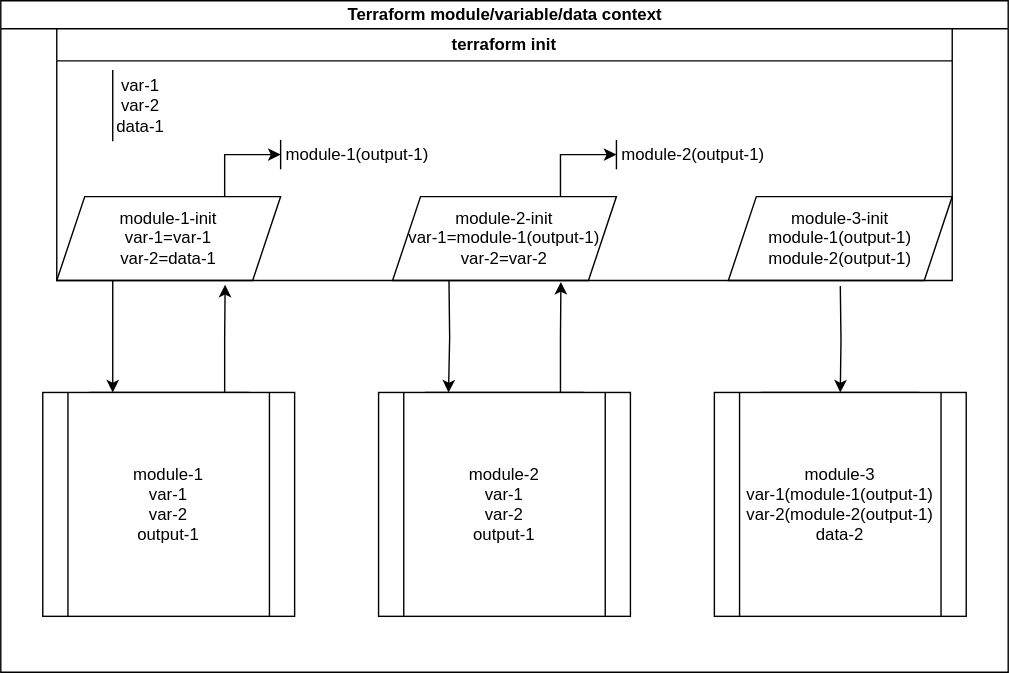
Above: terraform-variable-context.svg in alismx/diagrams (draw.io), before the change. Source tidied: cells renumbered, new cells last; positions are measured from the earlier drawing's top-left corner, leaving out a move shared by most shapes.
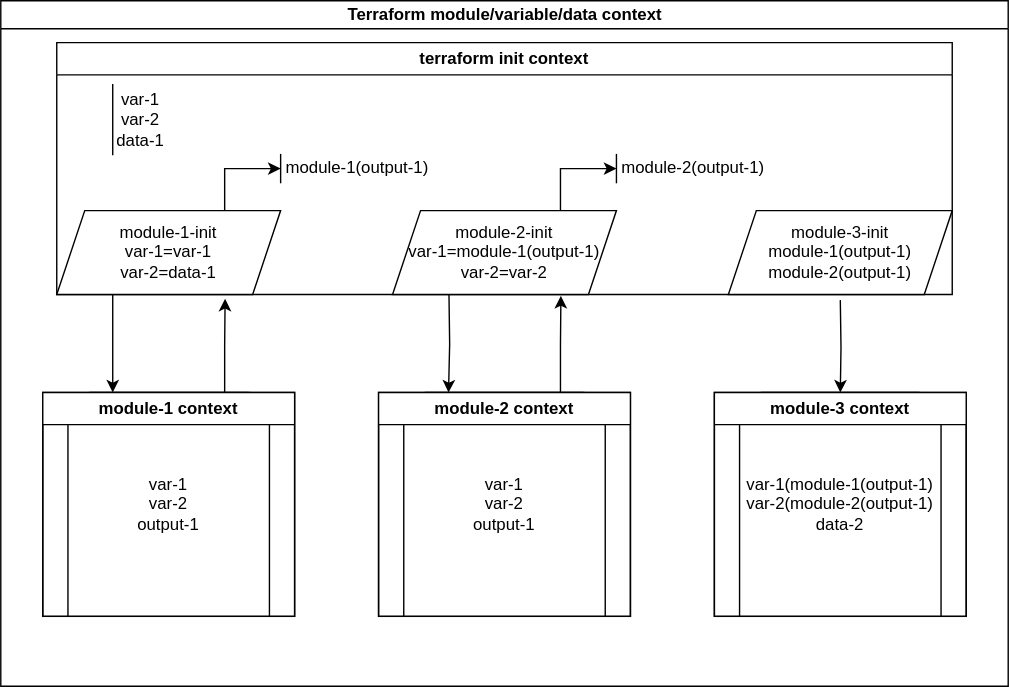
Later version of the same file.

Diff of the diagram source:
```diff
@@ -3,7 +3,7 @@
     <mxCell id="0" />
     <mxCell id="1" parent="0" />
     <mxCell id="2" value="&lt;div&gt;Terraform module/variable/data context&lt;/div&gt;" style="swimlane;html=1;startSize=20;horizontal=1;containerType=tree;glass=0;" parent="1" vertex="1">
-      <mxGeometry width="720" height="480" as="geometry" />
+      <mxGeometry width="720" height="490" as="geometry" />
     </mxCell>
     <mxCell id="3" style="edgeStyle=orthogonalEdgeStyle;rounded=0;orthogonalLoop=1;jettySize=auto;html=1;exitX=0.25;exitY=0;exitDx=0;exitDy=0;entryX=0.25;entryY=0;entryDx=0;entryDy=0;" parent="2" edge="1" source="5" target="5">
       <mxGeometry relative="1" as="geometry" />
@@ -17,32 +17,17 @@
     <mxCell id="6" style="rounded=1;whiteSpace=wrap;html=1;" parent="2" vertex="1">
       <mxGeometry x="520" y="280" width="160" height="160" as="geometry" />
     </mxCell>
-    <mxCell id="7" style="edgeStyle=orthogonalEdgeStyle;rounded=0;jettySize=auto;html=1;exitX=0.75;exitY=0;exitDx=0;exitDy=0;entryX=0;entryY=0.5;entryDx=0;entryDy=0;" parent="2" edge="1" source="8" target="18">
-      <mxGeometry relative="1" as="geometry" />
-    </mxCell>
-    <mxCell id="8" value="&lt;div&gt;module-1-init&lt;/div&gt;&lt;div&gt;var-1=var-1&lt;/div&gt;&lt;div&gt;var-2=data-1&lt;br&gt;&lt;/div&gt;" style="shape=parallelogram;perimeter=parallelogramPerimeter;whiteSpace=wrap;html=1;fixedSize=1;" parent="2" vertex="1">
-      <mxGeometry x="40" y="140" width="160" height="60" as="geometry" />
-    </mxCell>
-    <mxCell id="9" style="edgeStyle=orthogonalEdgeStyle;rounded=0;jettySize=auto;html=1;exitX=0.75;exitY=0;exitDx=0;exitDy=0;entryX=0;entryY=0.5;entryDx=0;entryDy=0;" parent="2" edge="1" source="10" target="16">
-      <mxGeometry relative="1" as="geometry" />
-    </mxCell>
-    <mxCell id="10" value="&lt;div&gt;module-2-init&lt;/div&gt;&lt;div&gt;var-1=module-1(output-1)&lt;/div&gt;&lt;div&gt;var-2=var-2&lt;/div&gt;" style="shape=parallelogram;perimeter=parallelogramPerimeter;whiteSpace=wrap;html=1;fixedSize=1;" parent="2" vertex="1">
-      <mxGeometry x="280" y="140" width="160" height="60" as="geometry" />
-    </mxCell>
-    <mxCell id="11" value="&lt;div&gt;&lt;div&gt;module-1&lt;/div&gt;&lt;div&gt;var-1&lt;/div&gt;&lt;/div&gt;&lt;div&gt;var-2&lt;/div&gt;&lt;div&gt;output-1&lt;/div&gt;" style="shape=process;whiteSpace=wrap;html=1;backgroundOutline=1;" parent="2" vertex="1">
+    <mxCell id="11" value="&lt;div&gt;var-1&lt;/div&gt;&lt;div&gt;var-2&lt;/div&gt;&lt;div&gt;output-1&lt;/div&gt;" style="shape=process;whiteSpace=wrap;html=1;backgroundOutline=1;" parent="2" vertex="1">
       <mxGeometry x="30" y="280" width="180" height="160" as="geometry" />
     </mxCell>
-    <mxCell id="12" value="&lt;div&gt;module-2&lt;/div&gt;&lt;div&gt;var-1&lt;/div&gt;&lt;div&gt;var-2&lt;/div&gt;&lt;div&gt;output-1&lt;/div&gt;" style="shape=process;whiteSpace=wrap;html=1;backgroundOutline=1;" parent="2" vertex="1">
+    <mxCell id="12" value="var-1&lt;div&gt;var-2&lt;/div&gt;&lt;div&gt;output-1&lt;/div&gt;" style="shape=process;whiteSpace=wrap;html=1;backgroundOutline=1;" parent="2" vertex="1">
       <mxGeometry x="270" y="280" width="180" height="160" as="geometry" />
     </mxCell>
-    <mxCell id="13" value="&lt;div&gt;module-3&lt;/div&gt;&lt;div&gt;var-1(module-1(output-1)&lt;/div&gt;&lt;div&gt;var-2(module-2(output-1)&lt;br&gt;&lt;/div&gt;&lt;div&gt;data-2&lt;br&gt;&lt;/div&gt;" style="shape=process;whiteSpace=wrap;html=1;backgroundOutline=1;" parent="2" vertex="1">
+    <mxCell id="13" value="&lt;div&gt;var-1(module-1(output-1)&lt;/div&gt;&lt;div&gt;var-2(module-2(output-1)&lt;br&gt;&lt;/div&gt;&lt;div&gt;data-2&lt;br&gt;&lt;/div&gt;" style="shape=process;whiteSpace=wrap;html=1;backgroundOutline=1;" parent="2" vertex="1">
       <mxGeometry x="510" y="280" width="180" height="160" as="geometry" />
     </mxCell>
-    <mxCell id="14" value="&lt;div&gt;module-3-init&lt;/div&gt;&lt;div&gt;module-1(output-1)&lt;/div&gt;&lt;div&gt;module-2(output-1)&lt;/div&gt;" style="shape=parallelogram;perimeter=parallelogramPerimeter;whiteSpace=wrap;html=1;fixedSize=1;" parent="2" vertex="1">
-      <mxGeometry x="520" y="140" width="160" height="60" as="geometry" />
-    </mxCell>
-    <mxCell id="15" value="terraform init" style="swimlane;whiteSpace=wrap;html=1;" parent="2" vertex="1">
-      <mxGeometry x="40" y="20" width="640" height="180" as="geometry" />
+    <mxCell id="15" value="terraform init context" style="swimlane;whiteSpace=wrap;html=1;" parent="2" vertex="1">
+      <mxGeometry x="40" y="30" width="640" height="180" as="geometry" />
     </mxCell>
     <mxCell id="16" value="&lt;div&gt;module-2(output-1)&lt;/div&gt;" style="shape=partialRectangle;whiteSpace=wrap;html=1;right=0;top=0;bottom=0;fillColor=none;routingCenterX=-0.5;" parent="15" vertex="1">
       <mxGeometry x="400" y="80" width="110" height="20" as="geometry" />
@@ -53,33 +38,57 @@
     <mxCell id="18" value="module-1(output-1)" style="shape=partialRectangle;whiteSpace=wrap;html=1;right=0;top=0;bottom=0;fillColor=none;routingCenterX=-0.5;" parent="15" vertex="1">
       <mxGeometry x="160" y="80" width="110" height="20" as="geometry" />
     </mxCell>
+    <mxCell id="8" value="&lt;div&gt;module-1-init&lt;/div&gt;&lt;div&gt;var-1=var-1&lt;/div&gt;&lt;div&gt;var-2=data-1&lt;br&gt;&lt;/div&gt;" style="shape=parallelogram;perimeter=parallelogramPerimeter;whiteSpace=wrap;html=1;fixedSize=1;" parent="15" vertex="1">
+      <mxGeometry y="120" width="160" height="60" as="geometry" />
+    </mxCell>
+    <mxCell id="7" style="edgeStyle=orthogonalEdgeStyle;rounded=0;jettySize=auto;html=1;exitX=0.75;exitY=0;exitDx=0;exitDy=0;entryX=0;entryY=0.5;entryDx=0;entryDy=0;" parent="15" edge="1" source="8" target="18">
+      <mxGeometry relative="1" as="geometry" />
+    </mxCell>
+    <mxCell id="10" value="&lt;div&gt;module-2-init&lt;/div&gt;&lt;div&gt;var-1=module-1(output-1)&lt;/div&gt;&lt;div&gt;var-2=var-2&lt;/div&gt;" style="shape=parallelogram;perimeter=parallelogramPerimeter;whiteSpace=wrap;html=1;fixedSize=1;" parent="15" vertex="1">
+      <mxGeometry x="240" y="120" width="160" height="60" as="geometry" />
+    </mxCell>
+    <mxCell id="9" style="edgeStyle=orthogonalEdgeStyle;rounded=0;jettySize=auto;html=1;exitX=0.75;exitY=0;exitDx=0;exitDy=0;entryX=0;entryY=0.5;entryDx=0;entryDy=0;" parent="15" edge="1" source="10" target="16">
+      <mxGeometry relative="1" as="geometry" />
+    </mxCell>
+    <mxCell id="14" value="&lt;div&gt;module-3-init&lt;/div&gt;&lt;div&gt;module-1(output-1)&lt;/div&gt;&lt;div&gt;module-2(output-1)&lt;/div&gt;" style="shape=parallelogram;perimeter=parallelogramPerimeter;whiteSpace=wrap;html=1;fixedSize=1;" parent="15" vertex="1">
+      <mxGeometry x="480" y="120" width="160" height="60" as="geometry" />
+    </mxCell>
+    <mxCell id="24" value="&lt;div&gt;module-1 context&lt;br&gt;&lt;/div&gt;" style="swimlane;whiteSpace=wrap;html=1;" parent="2" vertex="1">
+      <mxGeometry x="30" y="280" width="180" height="160" as="geometry" />
+    </mxCell>
+    <mxCell id="25" value="&lt;div&gt;module-2 context&lt;br&gt;&lt;/div&gt;" style="swimlane;whiteSpace=wrap;html=1;" parent="2" vertex="1">
+      <mxGeometry x="270" y="280" width="180" height="160" as="geometry" />
+    </mxCell>
+    <mxCell id="26" value="&lt;div&gt;module-3 context&lt;br&gt;&lt;/div&gt;" style="swimlane;whiteSpace=wrap;html=1;" parent="2" vertex="1">
+      <mxGeometry x="510" y="280" width="180" height="160" as="geometry" />
+    </mxCell>
     <mxCell id="19" style="edgeStyle=orthogonalEdgeStyle;rounded=0;jettySize=auto;html=1;exitX=0.75;exitY=0;exitDx=0;exitDy=0;entryX=0.563;entryY=1.006;entryDx=0;entryDy=0;entryPerimeter=0;" parent="1" edge="1" source="5">
       <mxGeometry relative="1" as="geometry">
-        <mxPoint x="400.3" y="201" as="targetPoint" />
+        <mxPoint x="400.3" y="211" as="targetPoint" />
       </mxGeometry>
     </mxCell>
     <mxCell id="20" style="edgeStyle=orthogonalEdgeStyle;rounded=0;jettySize=auto;html=1;exitX=0.438;exitY=1;exitDx=0;exitDy=0;entryX=0.25;entryY=0;entryDx=0;entryDy=0;exitPerimeter=0;" parent="1" edge="1" target="5">
       <mxGeometry relative="1" as="geometry">
-        <mxPoint x="320.3" y="200" as="sourcePoint" />
+        <mxPoint x="320.3" y="210" as="sourcePoint" />
       </mxGeometry>
     </mxCell>
     <mxCell id="21" style="edgeStyle=orthogonalEdgeStyle;rounded=0;jettySize=auto;html=1;entryX=0.25;entryY=0;entryDx=0;entryDy=0;" parent="1" edge="1" target="4">
       <mxGeometry relative="1" as="geometry">
-        <mxPoint x="80" y="200" as="sourcePoint" />
+        <mxPoint x="80" y="210" as="sourcePoint" />
         <Array as="points">
-          <mxPoint x="80" y="220" />
-          <mxPoint x="80" y="220" />
+          <mxPoint x="80" y="230" />
+          <mxPoint x="80" y="230" />
         </Array>
       </mxGeometry>
     </mxCell>
     <mxCell id="22" style="edgeStyle=orthogonalEdgeStyle;rounded=0;jettySize=auto;html=1;exitX=0.875;exitY=1.025;exitDx=0;exitDy=0;entryX=0.5;entryY=0;entryDx=0;entryDy=0;exitPerimeter=0;" parent="1" edge="1" target="6">
       <mxGeometry relative="1" as="geometry">
-        <mxPoint x="600" y="204" as="sourcePoint" />
+        <mxPoint x="600" y="214" as="sourcePoint" />
       </mxGeometry>
     </mxCell>
     <mxCell id="23" style="edgeStyle=orthogonalEdgeStyle;rounded=0;jettySize=auto;html=1;exitX=0.75;exitY=0;exitDx=0;exitDy=0;entryX=0.188;entryY=1.019;entryDx=0;entryDy=0;entryPerimeter=0;" parent="1" edge="1" source="4">
       <mxGeometry relative="1" as="geometry">
-        <mxPoint x="160.3" y="203" as="targetPoint" />
+        <mxPoint x="160.3" y="213" as="targetPoint" />
       </mxGeometry>
     </mxCell>
   </root>
```
